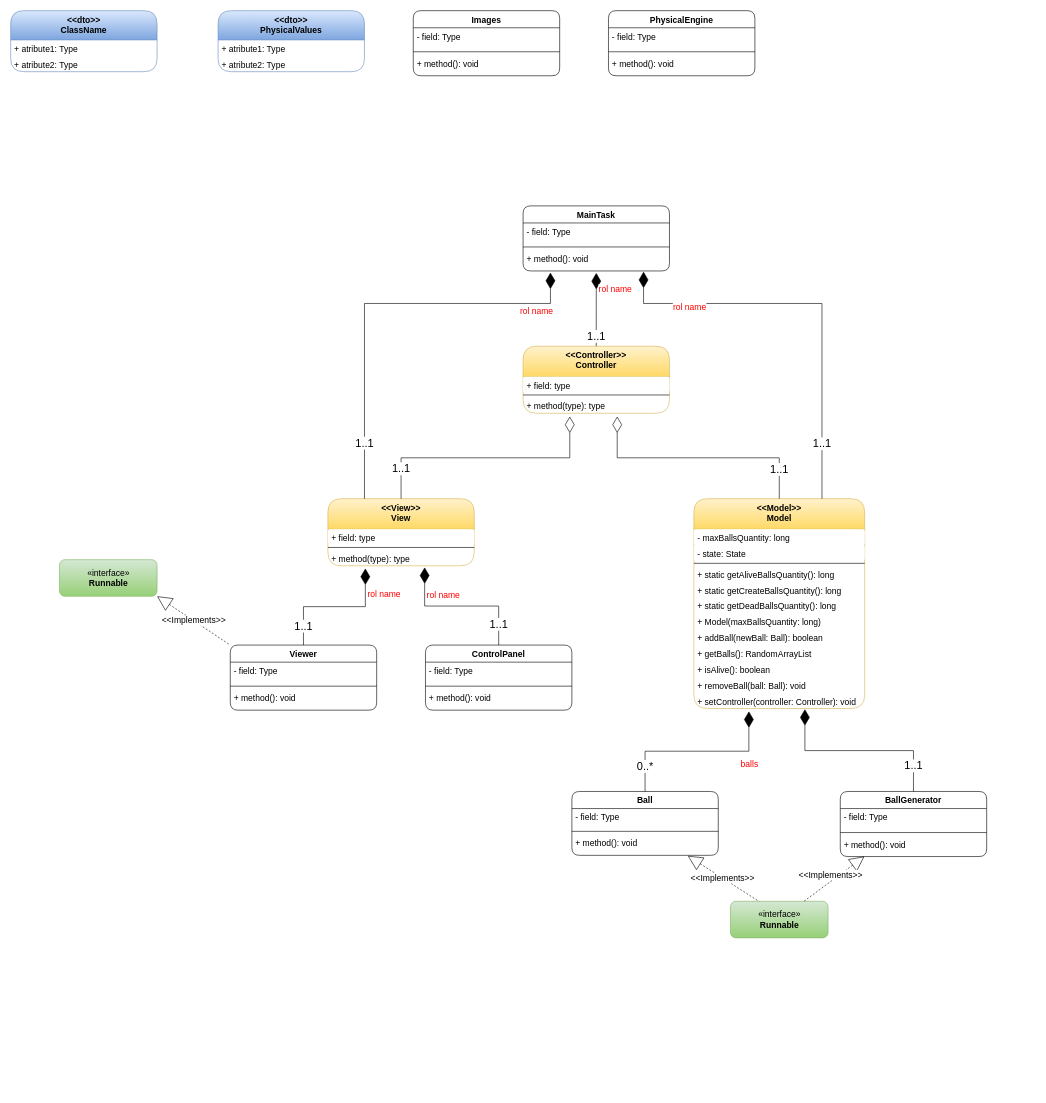
The draw.io diagram Balls_Class_UML.drawio in jumibot/Balls, before the edit. Source tidied: cells renumbered, new cells numbered last; positions are measured from the earlier drawing's top-left corner, leaving out a move shared by most shapes. Both pictures are drawn from the tidied source at 61%, with x=0, y=0 at pixel (10, 10).
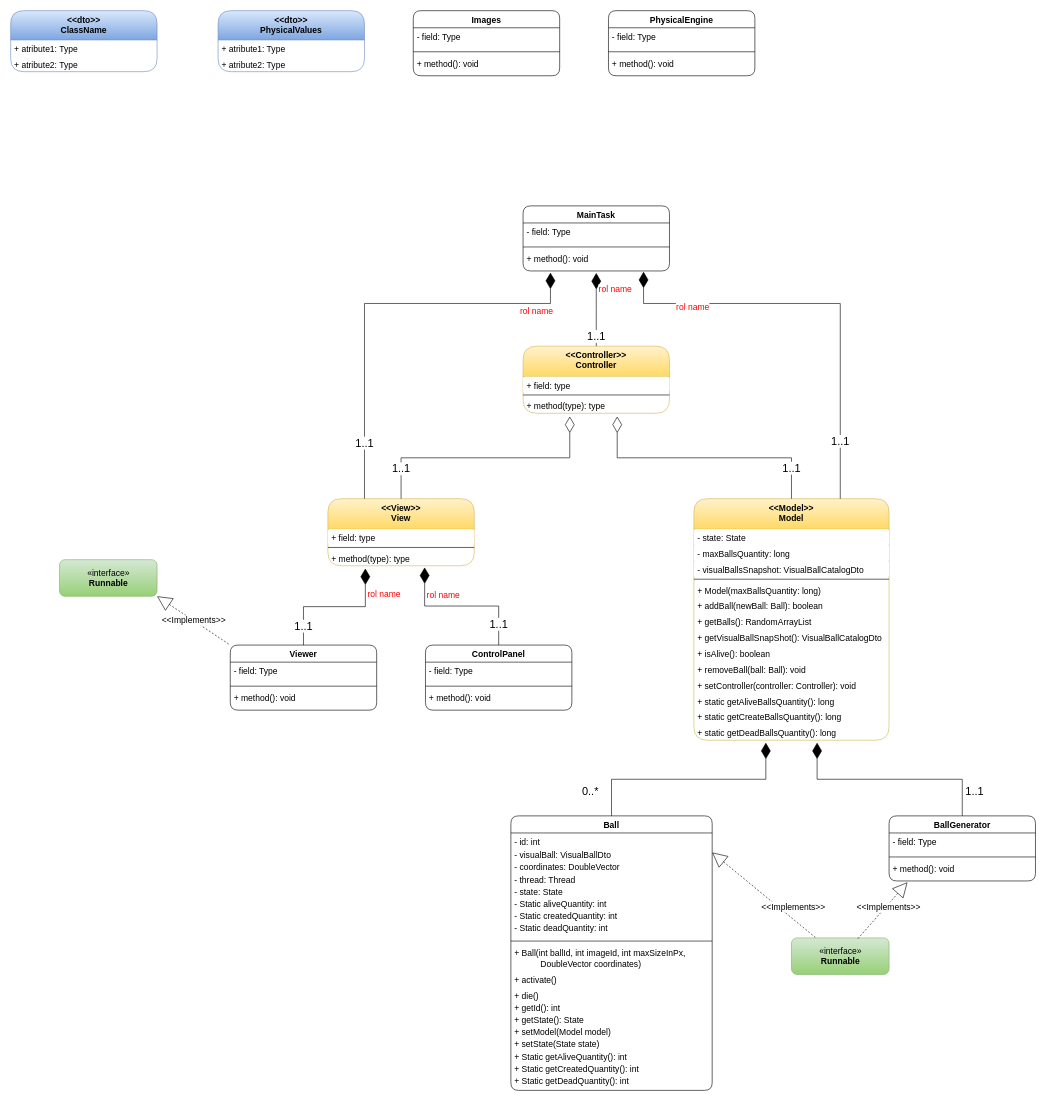
The same page after the edit.

Unchanged cells that the change refers to:
```xml
<mxCell id="63" value="+ method(): void" style="text;strokeColor=none;fillColor=none;align=left;verticalAlign=top;spacingLeft=4;spacingRight=4;overflow=hidden;points=[[0,0.5],[1,0.5]];portConstraint=eastwest;rounded=1;fontFamily=Helvetica;fontSize=14;fontColor=default;" parent="60" vertex="1">
  <mxGeometry y="72.6" width="240" height="34.1" as="geometry" />
</mxCell>
```

The edit, as a diff of the source:
```diff
@@
     <mxCell id="10" value="&lt;&lt;Model&gt;&gt;&#10;Model" style="swimlane;fontStyle=1;align=center;verticalAlign=top;horizontal=1;startSize=50;rounded=1;fillColor=#fff2cc;gradientColor=#ffd966;strokeColor=#d6b656;fontFamily=Helvetica;fontSize=14;fontColor=default;" parent="1" vertex="1">
-      <mxGeometry x="1120" y="800" width="280" height="344" as="geometry" />
+      <mxGeometry x="1120" y="800" width="320" height="396" as="geometry" />
     </mxCell>
+    <mxCell id="77" value="- state: State" style="text;align=left;verticalAlign=top;spacingLeft=4;spacingRight=4;overflow=hidden;rounded=1;fontFamily=Helvetica;fontSize=14;fontColor=default;fillColor=#FFFFFF;" parent="10" vertex="1">
+      <mxGeometry y="50" width="320" height="26" as="geometry" />
+    </mxCell>
     <mxCell id="11" value="- maxBallsQuantity: long" style="text;align=left;verticalAlign=top;spacingLeft=4;spacingRight=4;overflow=hidden;rounded=1;fontFamily=Helvetica;fontSize=14;fontColor=default;fillColor=#FFFFFF;" parent="10" vertex="1">
-      <mxGeometry y="50" width="280" height="26" as="geometry" />
+      <mxGeometry y="76" width="320" height="26" as="geometry" />
     </mxCell>
-    <mxCell id="12" value="- state: State" style="text;align=left;verticalAlign=top;spacingLeft=4;spacingRight=4;overflow=hidden;rounded=1;fontFamily=Helvetica;fontSize=14;fontColor=default;fillColor=#FFFFFF;" parent="10" vertex="1">
-      <mxGeometry y="76" width="280" height="26" as="geometry" />
+    <mxCell id="12" value="- visualBallsSnapshot: VisualBallCatalogDto" style="text;align=left;verticalAlign=top;spacingLeft=4;spacingRight=4;overflow=hidden;rounded=1;fontFamily=Helvetica;fontSize=14;fontColor=default;fillColor=#FFFFFF;" parent="10" vertex="1">
+      <mxGeometry y="102" width="320" height="26" as="geometry" />
     </mxCell>
     <mxCell id="13" style="line;strokeWidth=1;align=left;verticalAlign=middle;spacingTop=-1;spacingLeft=3;spacingRight=3;labelPosition=right;rounded=1;fontFamily=Helvetica;fontSize=14;fontColor=default;fillColor=#FFFFFF;" parent="10" vertex="1">
-      <mxGeometry y="102" width="280" height="8" as="geometry" />
+      <mxGeometry y="128" width="320" height="8" as="geometry" />
     </mxCell>
+    <mxCell id="17" value="+ Model(maxBallsQuantity: long)" style="text;align=left;verticalAlign=top;spacingLeft=4;spacingRight=4;overflow=hidden;rounded=1;fontFamily=Helvetica;fontSize=14;fontColor=default;fillColor=none;" parent="10" vertex="1">
+      <mxGeometry y="136" width="320" height="26" as="geometry" />
+    </mxCell>
+    <mxCell id="18" value="+ addBall(newBall: Ball): boolean" style="text;align=left;verticalAlign=top;spacingLeft=4;spacingRight=4;overflow=hidden;rounded=1;fontFamily=Helvetica;fontSize=14;fontColor=default;fillColor=none;" parent="10" vertex="1">
+      <mxGeometry y="162" width="320" height="26" as="geometry" />
+    </mxCell>
+    <mxCell id="19" value="+ getBalls(): RandomArrayList" style="text;align=left;verticalAlign=top;spacingLeft=4;spacingRight=4;overflow=hidden;rounded=1;fontFamily=Helvetica;fontSize=14;fontColor=default;fillColor=none;" parent="10" vertex="1">
+      <mxGeometry y="188" width="320" height="26" as="geometry" />
+    </mxCell>
+    <mxCell id="78" value="+ getVisualBallSnapShot(): VisualBallCatalogDto" style="text;align=left;verticalAlign=top;spacingLeft=4;spacingRight=4;overflow=hidden;rounded=1;fontFamily=Helvetica;fontSize=14;fontColor=default;fillColor=none;" parent="10" vertex="1">
+      <mxGeometry y="214" width="320" height="26" as="geometry" />
+    </mxCell>
+    <mxCell id="20" value="+ isAlive(): boolean" style="text;align=left;verticalAlign=top;spacingLeft=4;spacingRight=4;overflow=hidden;rounded=1;fontFamily=Helvetica;fontSize=14;fontColor=default;fillColor=none;" parent="10" vertex="1">
+      <mxGeometry y="240" width="320" height="26" as="geometry" />
+    </mxCell>
+    <mxCell id="21" value="+ removeBall(ball: Ball): void" style="text;align=left;verticalAlign=top;spacingLeft=4;spacingRight=4;overflow=hidden;rounded=1;fontFamily=Helvetica;fontSize=14;fontColor=default;fillColor=none;" parent="10" vertex="1">
+      <mxGeometry y="266" width="320" height="26" as="geometry" />
+    </mxCell>
+    <mxCell id="22" value="+ setController(controller: Controller): void" style="text;align=left;verticalAlign=top;spacingLeft=4;spacingRight=4;overflow=hidden;points=[[0,0.5],[1,0.5]];portConstraint=eastwest;rounded=1;fontFamily=Helvetica;fontSize=14;fontColor=default;fillColor=none;" parent="10" vertex="1">
+      <mxGeometry y="292" width="320" height="26" as="geometry" />
+    </mxCell>
     <mxCell id="14" value="+ static getAliveBallsQuantity(): long" style="text;align=left;verticalAlign=top;spacingLeft=4;spacingRight=4;overflow=hidden;rounded=1;fontFamily=Helvetica;fontSize=14;fontColor=default;fillColor=none;" parent="10" vertex="1">
-      <mxGeometry y="110" width="280" height="26" as="geometry" />
+      <mxGeometry y="318" width="320" height="26" as="geometry" />
     </mxCell>
     <mxCell id="15" value="+ static getCreateBallsQuantity(): long" style="text;align=left;verticalAlign=top;spacingLeft=4;spacingRight=4;overflow=hidden;rounded=1;fontFamily=Helvetica;fontSize=14;fontColor=default;fillColor=none;" parent="10" vertex="1">
-      <mxGeometry y="136" width="280" height="26" as="geometry" />
+      <mxGeometry y="344" width="320" height="26" as="geometry" />
     </mxCell>
     <mxCell id="16" value="+ static getDeadBallsQuantity(): long" style="text;align=left;verticalAlign=top;spacingLeft=4;spacingRight=4;overflow=hidden;rounded=1;fontFamily=Helvetica;fontSize=14;fontColor=default;fillColor=none;" parent="10" vertex="1">
-      <mxGeometry y="162" width="280" height="26" as="geometry" />
+      <mxGeometry y="370" width="320" height="26" as="geometry" />
     </mxCell>
-    <mxCell id="17" value="+ Model(maxBallsQuantity: long)" style="text;align=left;verticalAlign=top;spacingLeft=4;spacingRight=4;overflow=hidden;rounded=1;fontFamily=Helvetica;fontSize=14;fontColor=default;fillColor=none;" parent="10" vertex="1">
-      <mxGeometry y="188" width="280" height="26" as="geometry" />
-    </mxCell>
-    <mxCell id="18" value="+ addBall(newBall: Ball): boolean" style="text;align=left;verticalAlign=top;spacingLeft=4;spacingRight=4;overflow=hidden;rounded=1;fontFamily=Helvetica;fontSize=14;fontColor=default;fillColor=none;" parent="10" vertex="1">
-      <mxGeometry y="214" width="280" height="26" as="geometry" />
-    </mxCell>
-    <mxCell id="19" value="+ getBalls(): RandomArrayList" style="text;align=left;verticalAlign=top;spacingLeft=4;spacingRight=4;overflow=hidden;rounded=1;fontFamily=Helvetica;fontSize=14;fontColor=default;fillColor=none;" parent="10" vertex="1">
-      <mxGeometry y="240" width="280" height="26" as="geometry" />
-    </mxCell>
-    <mxCell id="20" value="+ isAlive(): boolean" style="text;align=left;verticalAlign=top;spacingLeft=4;spacingRight=4;overflow=hidden;rounded=1;fontFamily=Helvetica;fontSize=14;fontColor=default;fillColor=none;" parent="10" vertex="1">
-      <mxGeometry y="266" width="280" height="26" as="geometry" />
-    </mxCell>
-    <mxCell id="21" value="+ removeBall(ball: Ball): void" style="text;align=left;verticalAlign=top;spacingLeft=4;spacingRight=4;overflow=hidden;rounded=1;fontFamily=Helvetica;fontSize=14;fontColor=default;fillColor=none;" parent="10" vertex="1">
-      <mxGeometry y="292" width="280" height="26" as="geometry" />
-    </mxCell>
-    <mxCell id="22" value="+ setController(controller: Controller): void" style="text;align=left;verticalAlign=top;spacingLeft=4;spacingRight=4;overflow=hidden;points=[[0,0.5],[1,0.5]];portConstraint=eastwest;rounded=1;fontFamily=Helvetica;fontSize=14;fontColor=default;fillColor=none;" parent="10" vertex="1">
-      <mxGeometry y="318" width="280" height="26" as="geometry" />
-    </mxCell>
@@
     <mxCell id="38" value="Ball" style="swimlane;fontStyle=1;align=center;verticalAlign=top;horizontal=1;startSize=28;rounded=1;fontFamily=Helvetica;fontSize=14;fontColor=default;fillColor=#FFFFFF;" parent="1" vertex="1">
-      <mxGeometry x="920" y="1280" width="240" height="104.7" as="geometry" />
+      <mxGeometry x="820" y="1320" width="330" height="450" as="geometry" />
     </mxCell>
+    <mxCell id="79" value="- id: int" style="text;strokeColor=none;fillColor=none;align=left;verticalAlign=top;spacingLeft=4;spacingRight=4;overflow=hidden;rounded=1;fontFamily=Helvetica;fontSize=14;fontColor=default;" parent="38" vertex="1">
+      <mxGeometry y="28" width="330" height="22" as="geometry" />
+    </mxCell>
-    <mxCell id="39" value="- field: Type" style="text;strokeColor=none;fillColor=none;align=left;verticalAlign=top;spacingLeft=4;spacingRight=4;overflow=hidden;points=[[0,0.5],[1,0.5]];portConstraint=eastwest;rounded=1;fontFamily=Helvetica;fontSize=14;fontColor=default;" parent="38" vertex="1">
-      <mxGeometry y="28" width="240" height="32.1" as="geometry" />
+    <mxCell id="39" value="- visualBall: VisualBallDto" style="text;strokeColor=none;fillColor=none;align=left;verticalAlign=top;spacingLeft=4;spacingRight=4;overflow=hidden;points=[[0,0.5],[1,0.5]];portConstraint=eastwest;rounded=1;fontFamily=Helvetica;fontSize=14;fontColor=default;" parent="38" vertex="1">
+      <mxGeometry y="50" width="330" height="20" as="geometry" />
     </mxCell>
+    <mxCell id="80" value="- coordinates: DoubleVector" style="text;strokeColor=none;fillColor=none;align=left;verticalAlign=top;spacingLeft=4;spacingRight=4;overflow=hidden;rounded=1;fontFamily=Helvetica;fontSize=14;fontColor=default;" parent="38" vertex="1">
+      <mxGeometry y="70" width="330" height="20" as="geometry" />
+    </mxCell>
+    <mxCell id="81" value="- thread: Thread" style="text;strokeColor=none;fillColor=none;align=left;verticalAlign=top;spacingLeft=4;spacingRight=4;overflow=hidden;rounded=1;fontFamily=Helvetica;fontSize=14;fontColor=default;" parent="38" vertex="1">
+      <mxGeometry y="90" width="330" height="20" as="geometry" />
+    </mxCell>
+    <mxCell id="82" value="- state: State" style="text;strokeColor=none;fillColor=none;align=left;verticalAlign=top;spacingLeft=4;spacingRight=4;overflow=hidden;rounded=1;fontFamily=Helvetica;fontSize=14;fontColor=default;" parent="38" vertex="1">
+      <mxGeometry y="110" width="330" height="20" as="geometry" />
+    </mxCell>
+    <mxCell id="83" value="- Static aliveQuantity: int" style="text;strokeColor=none;fillColor=none;align=left;verticalAlign=top;spacingLeft=4;spacingRight=4;overflow=hidden;rounded=1;fontFamily=Helvetica;fontSize=14;fontColor=default;" parent="38" vertex="1">
+      <mxGeometry y="130" width="330" height="20" as="geometry" />
+    </mxCell>
+    <mxCell id="84" value="- Static createdQuantity: int" style="text;strokeColor=none;fillColor=none;align=left;verticalAlign=top;spacingLeft=4;spacingRight=4;overflow=hidden;rounded=1;fontFamily=Helvetica;fontSize=14;fontColor=default;" parent="38" vertex="1">
+      <mxGeometry y="150" width="330" height="20" as="geometry" />
+    </mxCell>
+    <mxCell id="85" value="- Static deadQuantity: int" style="text;strokeColor=none;fillColor=none;align=left;verticalAlign=top;spacingLeft=4;spacingRight=4;overflow=hidden;rounded=1;fontFamily=Helvetica;fontSize=14;fontColor=default;" parent="38" vertex="1">
+      <mxGeometry y="170" width="330" height="30" as="geometry" />
+    </mxCell>
     <mxCell id="40" style="line;strokeWidth=1;fillColor=none;align=left;verticalAlign=middle;spacingTop=-1;spacingLeft=3;spacingRight=3;labelPosition=right;strokeColor=inherit;rounded=1;fontFamily=Helvetica;fontSize=14;fontColor=default;" parent="38" vertex="1">
-      <mxGeometry y="60.1" width="240" height="10.5" as="geometry" />
+      <mxGeometry y="200" width="330" height="10.5" as="geometry" />
     </mxCell>
-    <mxCell id="41" value="+ method(): void" style="text;strokeColor=none;fillColor=none;align=left;verticalAlign=top;spacingLeft=4;spacingRight=4;overflow=hidden;points=[[0,0.5],[1,0.5]];portConstraint=eastwest;rounded=1;fontFamily=Helvetica;fontSize=14;fontColor=default;" parent="38" vertex="1">
-      <mxGeometry y="70.6" width="240" height="34.1" as="geometry" />
+    <mxCell id="41" value="+ Ball(int ballId, int imageId, int maxSizeInPx, &#10;           DoubleVector coordinates)" style="text;strokeColor=none;fillColor=none;align=left;verticalAlign=top;spacingLeft=4;spacingRight=4;overflow=hidden;points=[[0,0.5],[1,0.5]];portConstraint=eastwest;rounded=1;fontFamily=Helvetica;fontSize=14;fontColor=default;" parent="38" vertex="1">
+      <mxGeometry y="210.5" width="330" height="44.6" as="geometry" />
     </mxCell>
-    <mxCell id="42" value="0..*" style="endArrow=diamondThin;endFill=1;endSize=24;html=1;rounded=0;fontSize=18;edgeStyle=elbowEdgeStyle;elbow=vertical;exitX=0.5;exitY=0;exitDx=0;exitDy=0;entryX=0.322;entryY=1.178;entryDx=0;entryDy=0;entryPerimeter=0;" parent="1" edge="1" source="38" target="22">
-      <mxGeometry x="-0.73" relative="1" as="geometry" />
-    </mxCell>
-    <mxCell id="43" value="balls" style="edgeLabel;html=1;align=center;verticalAlign=middle;fontColor=#FF0000;fontSize=14;" parent="42" vertex="1">
-      <mxGeometry x="0.7" y="-3" relative="1" as="geometry">
-        <mxPoint x="-3" y="40" as="offset" />
-      </mxGeometry>
-    </mxCell>
+    <mxCell id="86" value="+ activate()" style="text;strokeColor=none;fillColor=none;align=left;verticalAlign=top;spacingLeft=4;spacingRight=4;overflow=hidden;rounded=1;fontFamily=Helvetica;fontSize=14;fontColor=default;" parent="38" vertex="1">
+      <mxGeometry y="255.1" width="330" height="24.9" as="geometry" />
+    </mxCell>
+    <mxCell id="87" value="+ die()" style="text;strokeColor=none;fillColor=none;align=left;verticalAlign=top;spacingLeft=4;spacingRight=4;overflow=hidden;rounded=1;fontFamily=Helvetica;fontSize=14;fontColor=default;" parent="38" vertex="1">
+      <mxGeometry y="280" width="330" height="20" as="geometry" />
+    </mxCell>
+    <mxCell id="88" value="+ getId(): int" style="text;strokeColor=none;fillColor=none;align=left;verticalAlign=top;spacingLeft=4;spacingRight=4;overflow=hidden;rounded=1;fontFamily=Helvetica;fontSize=14;fontColor=default;" parent="38" vertex="1">
+      <mxGeometry y="300" width="330" height="20" as="geometry" />
+    </mxCell>
+    <mxCell id="89" value="+ getState(): State" style="text;strokeColor=none;fillColor=none;align=left;verticalAlign=top;spacingLeft=4;spacingRight=4;overflow=hidden;rounded=1;fontFamily=Helvetica;fontSize=14;fontColor=default;" parent="38" vertex="1">
+      <mxGeometry y="320" width="330" height="20" as="geometry" />
+    </mxCell>
+    <mxCell id="90" value="+ setModel(Model model)" style="text;strokeColor=none;fillColor=none;align=left;verticalAlign=top;spacingLeft=4;spacingRight=4;overflow=hidden;rounded=1;fontFamily=Helvetica;fontSize=14;fontColor=default;" parent="38" vertex="1">
+      <mxGeometry y="340" width="330" height="20" as="geometry" />
+    </mxCell>
+    <mxCell id="91" value="+ setState(State state)" style="text;strokeColor=none;fillColor=none;align=left;verticalAlign=top;spacingLeft=4;spacingRight=4;overflow=hidden;rounded=1;fontFamily=Helvetica;fontSize=14;fontColor=default;" parent="38" vertex="1">
+      <mxGeometry y="360" width="330" height="20" as="geometry" />
+    </mxCell>
+    <mxCell id="92" value="+ Static getAliveQuantity(): int" style="text;strokeColor=none;fillColor=none;align=left;verticalAlign=top;spacingLeft=4;spacingRight=4;overflow=hidden;rounded=1;fontFamily=Helvetica;fontSize=14;fontColor=default;" parent="38" vertex="1">
+      <mxGeometry y="380" width="330" height="20" as="geometry" />
+    </mxCell>
+    <mxCell id="93" value="+ Static getCreatedQuantity(): int" style="text;strokeColor=none;fillColor=none;align=left;verticalAlign=top;spacingLeft=4;spacingRight=4;overflow=hidden;rounded=1;fontFamily=Helvetica;fontSize=14;fontColor=default;" parent="38" vertex="1">
+      <mxGeometry y="400" width="330" height="20" as="geometry" />
+    </mxCell>
+    <mxCell id="94" value="+ Static getDeadQuantity(): int" style="text;strokeColor=none;fillColor=none;align=left;verticalAlign=top;spacingLeft=4;spacingRight=4;overflow=hidden;rounded=1;fontFamily=Helvetica;fontSize=14;fontColor=default;" parent="38" vertex="1">
+      <mxGeometry y="420" width="330" height="30" as="geometry" />
+    </mxCell>
@@
-    <mxCell id="58" value="&amp;lt;&amp;lt;Implements&amp;gt;&amp;gt;" style="rounded=1;jettySize=auto;html=1;strokeWidth=1;startArrow=block;startFill=0;endArrow=none;endFill=0;startSize=22;endSize=18;dashed=1;entryX=0.324;entryY=0.057;entryDx=0;entryDy=0;fontSize=14;entryPerimeter=0;exitX=0.792;exitY=1.024;exitDx=0;exitDy=0;exitPerimeter=0;" parent="1" edge="1" source="41" target="59">
-      <mxGeometry x="-0.07" relative="1" as="geometry" />
+    <mxCell id="58" value="&amp;lt;&amp;lt;Implements&amp;gt;&amp;gt;" style="rounded=1;jettySize=auto;html=1;strokeWidth=1;startArrow=block;startFill=0;endArrow=none;endFill=0;startSize=22;endSize=18;dashed=1;entryX=0.25;entryY=0;entryDx=0;entryDy=0;fontSize=14;exitX=1;exitY=0.5;exitDx=0;exitDy=0;" parent="1" edge="1" source="39" target="59">
+      <mxGeometry x="0.45" y="16" relative="1" as="geometry">
+        <mxPoint x="-1" as="offset" />
+      </mxGeometry>
     </mxCell>
     <mxCell id="59" value="«interface»&lt;br&gt;&lt;b&gt;Runnable&lt;/b&gt;" style="html=1;rounded=1;fillColor=#d5e8d4;strokeColor=#82b366;gradientColor=#97d077;fontFamily=Helvetica;fontSize=14;fontColor=default;" parent="1" vertex="1">
-      <mxGeometry x="1180" y="1460" width="160" height="60" as="geometry" />
+      <mxGeometry x="1280" y="1520" width="160" height="60" as="geometry" />
     </mxCell>
     <mxCell id="60" value="BallGenerator" style="swimlane;fontStyle=1;align=center;verticalAlign=top;horizontal=1;startSize=28;rounded=1;fontFamily=Helvetica;fontSize=14;fontColor=default;fillColor=#FFFFFF;" parent="1" vertex="1">
-      <mxGeometry x="1360" y="1280" width="240" height="106.7" as="geometry" />
+      <mxGeometry x="1440" y="1320" width="240" height="106.7" as="geometry" />
     </mxCell>
@@
-    <mxCell id="64" value="1..1" style="endArrow=diamondThin;endFill=1;endSize=24;html=1;rounded=0;fontSize=18;edgeStyle=elbowEdgeStyle;elbow=vertical;entryX=0.65;entryY=1.043;entryDx=0;entryDy=0;entryPerimeter=0;exitX=0.5;exitY=0;exitDx=0;exitDy=0;" parent="1" edge="1" source="60" target="22">
-      <mxGeometry x="-0.73" relative="1" as="geometry" />
+    <mxCell id="64" value="1..1" style="endArrow=diamondThin;endFill=1;endSize=24;html=1;rounded=0;fontSize=18;edgeStyle=elbowEdgeStyle;elbow=vertical;exitX=0.5;exitY=0;exitDx=0;exitDy=0;" parent="1" edge="1" source="60">
+      <mxGeometry x="-0.78" y="-20" relative="1" as="geometry">
+        <mxPoint x="1322" y="1200" as="targetPoint" />
+      </mxGeometry>
     </mxCell>
-    <mxCell id="65" value="&amp;lt;&amp;lt;Implements&amp;gt;&amp;gt;" style="rounded=1;jettySize=auto;html=1;exitX=0.165;exitY=0.993;exitDx=0;exitDy=0;strokeWidth=1;startArrow=block;startFill=0;endArrow=none;endFill=0;startSize=22;endSize=18;dashed=1;fontSize=14;exitPerimeter=0;" parent="1" edge="1" source="63" target="59">
-      <mxGeometry x="0.02" y="-9" relative="1" as="geometry" />
+    <mxCell id="65" value="&amp;lt;&amp;lt;Implements&amp;gt;&amp;gt;" style="rounded=1;jettySize=auto;html=1;exitX=0.126;exitY=1.061;exitDx=0;exitDy=0;strokeWidth=1;startArrow=block;startFill=0;endArrow=none;endFill=0;startSize=22;endSize=18;dashed=1;fontSize=14;entryX=0.67;entryY=0.053;entryDx=0;entryDy=0;entryPerimeter=0;exitPerimeter=0;" parent="1" edge="1" source="63" target="59">
+      <mxGeometry x="-0.19" y="5" relative="1" as="geometry">
+        <mxPoint x="-1" as="offset" />
+      </mxGeometry>
     </mxCell>
@@
+    <mxCell id="42" value="0..*" style="endArrow=diamondThin;endFill=1;endSize=24;html=1;rounded=0;fontSize=18;edgeStyle=elbowEdgeStyle;elbow=vertical;exitX=0.5;exitY=0;exitDx=0;exitDy=0;" parent="1" edge="1" source="38">
+      <mxGeometry x="-0.79" y="35" relative="1" as="geometry">
+        <mxPoint x="1238" y="1200" as="targetPoint" />
+      </mxGeometry>
+    </mxCell>
```
